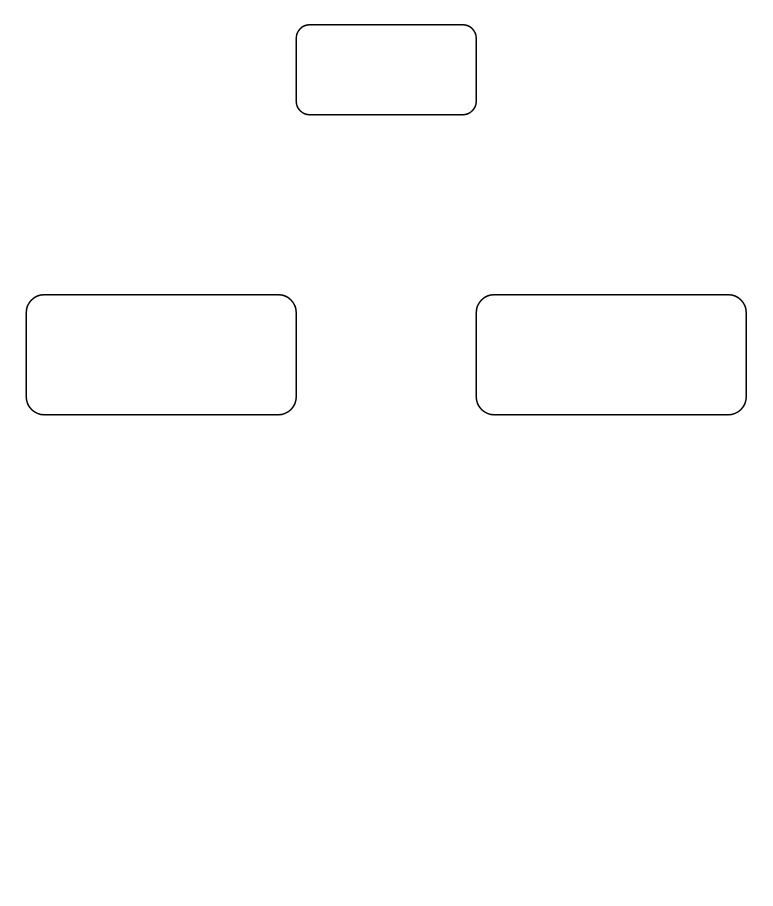
gearwheels/RBD keeps this draw.io diagram as Диаграмма без названия.drawio. Above is the earlier version. Source tidied: cells renumbered, new cells numbered last; positions are measured from the earlier drawing's top-left corner, leaving out a move shared by most shapes. Both pictures are drawn from the tidied source at 150%, with x=0, y=0 at pixel (26, 24).
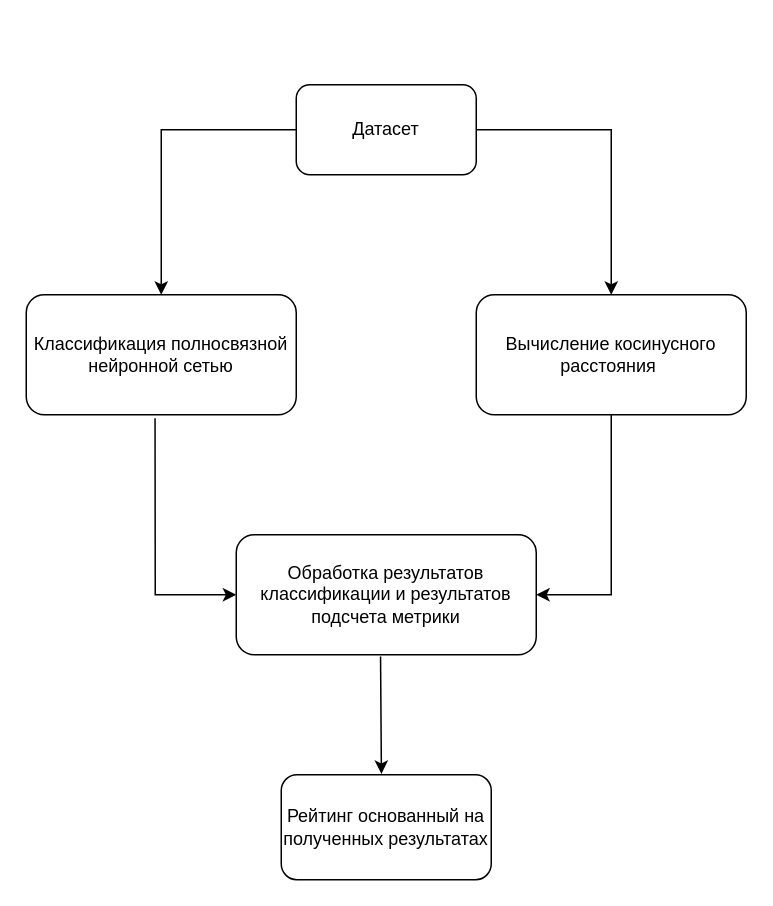
The same diagram, later.

The edit, as a diff of the source:
```diff
@@
 <mxGraphModel>
   <root>
     <mxCell id="0" />
     <mxCell id="1" parent="0" />
-    <mxCell id="2" style="rounded=1;whiteSpace=wrap;html=1;" parent="1" vertex="1">
-      <mxGeometry x="180" width="120" height="60" as="geometry" />
+    <mxCell id="2" value="Датасет" style="rounded=1;whiteSpace=wrap;html=1;" parent="1" vertex="1">
+      <mxGeometry x="180" y="40" width="120" height="60" as="geometry" />
     </mxCell>
-    <mxCell id="3" style="rounded=1;whiteSpace=wrap;html=1;" parent="1" vertex="1">
+    <mxCell id="3" value="Классификация полносвязной нейронной сетью" style="rounded=1;whiteSpace=wrap;html=1;" parent="1" vertex="1">
       <mxGeometry y="180" width="180" height="80" as="geometry" />
     </mxCell>
-    <mxCell id="4" style="rounded=1;whiteSpace=wrap;html=1;" parent="1" vertex="1">
+    <mxCell id="4" value="Вычисление косинусного расстояния&amp;nbsp;" style="rounded=1;whiteSpace=wrap;html=1;" parent="1" vertex="1">
       <mxGeometry x="300" y="180" width="180" height="80" as="geometry" />
     </mxCell>
+    <mxCell id="5" value="Обработка результатов классификации и результатов подсчета метрики" style="rounded=1;whiteSpace=wrap;html=1;" parent="1" vertex="1">
+      <mxGeometry x="140" y="340" width="200" height="80" as="geometry" />
+    </mxCell>
+    <mxCell id="6" value="Рейтинг основанный на полученных результатах" style="rounded=1;whiteSpace=wrap;html=1;" parent="1" vertex="1">
+      <mxGeometry x="170" y="500" width="140" height="70" as="geometry" />
+    </mxCell>
+    <mxCell id="7" style="endArrow=classic;html=1;rounded=0;exitX=0.477;exitY=1.029;exitDx=0;exitDy=0;exitPerimeter=0;entryX=0;entryY=0.5;entryDx=0;entryDy=0;" parent="1" edge="1" source="3" target="5">
+      <mxGeometry relative="1" as="geometry">
+        <Array as="points">
+          <mxPoint x="86" y="380" />
+        </Array>
+      </mxGeometry>
+    </mxCell>
+    <mxCell id="8" style="endArrow=classic;html=1;rounded=0;exitX=0.477;exitY=1.029;exitDx=0;exitDy=0;exitPerimeter=0;entryX=1;entryY=0.5;entryDx=0;entryDy=0;" parent="1" edge="1" target="5">
+      <mxGeometry relative="1" as="geometry">
+        <mxPoint x="390" y="260" as="sourcePoint" />
+        <Array as="points">
+          <mxPoint x="390" y="380" />
+        </Array>
+      </mxGeometry>
+    </mxCell>
+    <mxCell id="9" style="endArrow=classic;html=1;rounded=0;exitX=0;exitY=0.5;exitDx=0;exitDy=0;entryX=0.5;entryY=0;entryDx=0;entryDy=0;" parent="1" edge="1" source="2" target="3">
+      <mxGeometry relative="1" as="geometry">
+        <Array as="points">
+          <mxPoint x="90" y="70" />
+        </Array>
+      </mxGeometry>
+    </mxCell>
+    <mxCell id="10" style="endArrow=classic;html=1;rounded=0;exitX=0.481;exitY=1.014;exitDx=0;exitDy=0;exitPerimeter=0;entryX=0.477;entryY=-0.008;entryDx=0;entryDy=0;entryPerimeter=0;" parent="1" edge="1" source="5" target="6">
+      <mxGeometry relative="1" as="geometry" />
+    </mxCell>
+    <mxCell id="11" style="endArrow=classic;html=1;rounded=0;entryX=0.5;entryY=0;entryDx=0;entryDy=0;" parent="1" edge="1" source="2" target="4">
+      <mxGeometry relative="1" as="geometry">
+        <Array as="points">
+          <mxPoint x="390" y="70" />
+        </Array>
+      </mxGeometry>
+    </mxCell>
   </root>
 </mxGraphModel>
```
